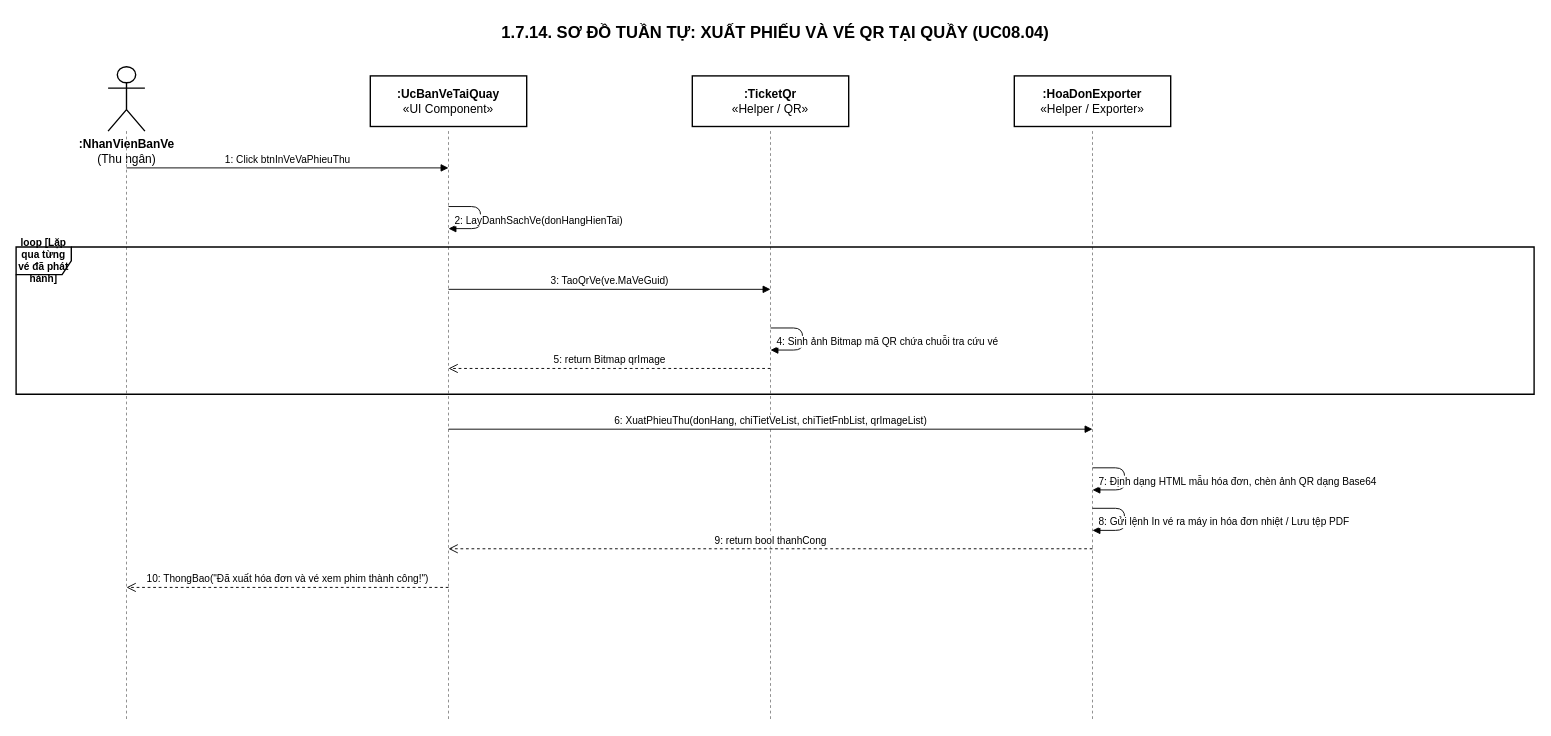
ThanhDat-png/YeuMinhEmCinema keeps this draw.io diagram as Docs/Diagrams/23-Sequence-14-XuatPhieuVaQrQuay.drawio. Above is the earlier version. Source tidied: cells renumbered, new cells numbered last; positions are measured from the earlier drawing's top-left corner, leaving out a move shared by most shapes. Both pictures are drawn from the tidied source at 92%, with x=0, y=0 at pixel (16, 16).
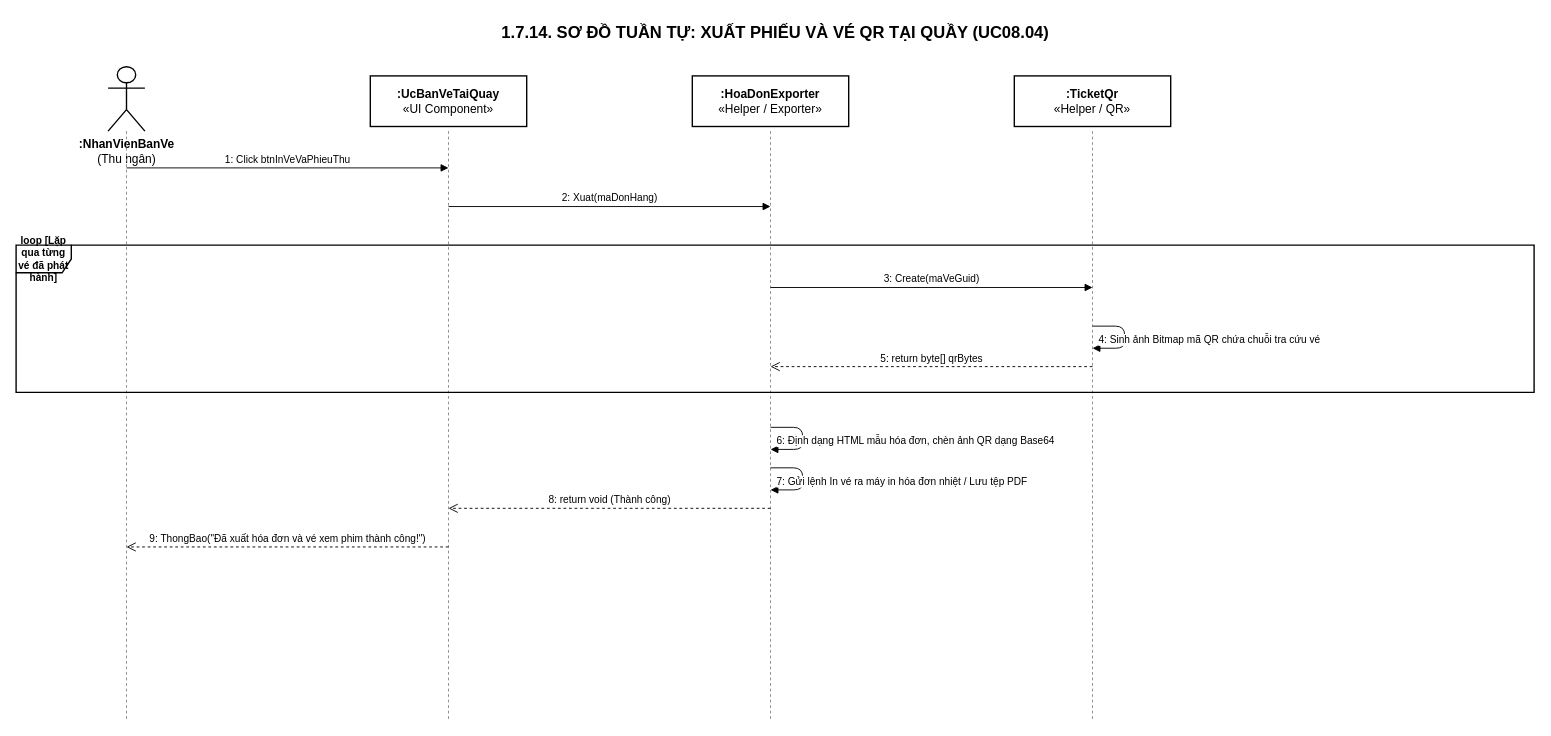
After the change.

Diff of the diagram source:
```diff
@@
-    <mxCell id="7" value="&lt;b&gt;:TicketQr&lt;/b&gt;&lt;br&gt;«Helper / QR»" style="rounded=0;whiteSpace=wrap;html=1;fontFamily=Arial;fontSize=13;fillColor=#ffffff;strokeColor=#000000;strokeWidth=1.5;fontColor=#000000;" parent="1" vertex="1">
+    <mxCell id="7" value="&lt;b&gt;:HoaDonExporter&lt;/b&gt;&lt;br&gt;«Helper / Exporter»" style="rounded=0;whiteSpace=wrap;html=1;fontFamily=Arial;fontSize=13;fillColor=#ffffff;strokeColor=#000000;strokeWidth=1.5;fontColor=#000000;" parent="1" vertex="1">
       <mxGeometry x="735" y="65" width="170" height="55" as="geometry" />
     </mxCell>
@@
-    <mxCell id="9" value="&lt;b&gt;:HoaDonExporter&lt;/b&gt;&lt;br&gt;«Helper / Exporter»" style="rounded=0;whiteSpace=wrap;html=1;fontFamily=Arial;fontSize=13;fillColor=#ffffff;strokeColor=#000000;strokeWidth=1.5;fontColor=#000000;" parent="1" vertex="1">
+    <mxCell id="9" value="&lt;b&gt;:TicketQr&lt;/b&gt;&lt;br&gt;«Helper / QR»" style="rounded=0;whiteSpace=wrap;html=1;fontFamily=Arial;fontSize=13;fillColor=#ffffff;strokeColor=#000000;strokeWidth=1.5;fontColor=#000000;" parent="1" vertex="1">
       <mxGeometry x="1085" y="65" width="170" height="55" as="geometry" />
     </mxCell>
@@
-    <mxCell id="12" value="2: LayDanhSachVe(donHangHienTai)" style="edgeStyle=orthogonalEdgeStyle;html=1;align=left;spacingLeft=5;verticalAlign=bottom;endArrow=block;strokeColor=#000000;fontFamily=Arial;fontSize=11;fontColor=#000000;" parent="1" edge="1">
-      <mxGeometry x="1" relative="1" as="geometry">
+    <mxCell id="12" value="2: Xuat(maDonHang)" style="html=1;verticalAlign=bottom;endArrow=block;strokeColor=#000000;fontFamily=Arial;fontSize=11;fontColor=#000000;" parent="1" edge="1">
+      <mxGeometry relative="1" as="geometry">
         <mxPoint x="470" y="207" as="sourcePoint" />
-        <mxPoint x="470" y="231" as="targetPoint" />
-        <Array as="points">
-          <mxPoint x="505" y="207" />
-          <mxPoint x="505" y="231" />
-        </Array>
+        <mxPoint x="820" y="207" as="targetPoint" />
       </mxGeometry>
     </mxCell>
     <mxCell id="13" value="loop [Lặp qua từng vé đã phát hành]" style="shape=umlFrame;whiteSpace=wrap;html=1;fontFamily=Arial;fontSize=11;fontStyle=1;fillColor=none;strokeColor=#000000;strokeWidth=1.5;fontColor=#000000;" parent="1" vertex="1">
-      <mxGeometry y="251" width="1650" height="160" as="geometry" />
+      <mxGeometry y="249" width="1650" height="160" as="geometry" />
     </mxCell>
-    <mxCell id="14" value="3: TaoQrVe(ve.MaVeGuid)" style="html=1;verticalAlign=bottom;endArrow=block;strokeColor=#000000;fontFamily=Arial;fontSize=11;fontColor=#000000;" parent="1" edge="1">
+    <mxCell id="14" value="3: Create(maVeGuid)" style="html=1;verticalAlign=bottom;endArrow=block;strokeColor=#000000;fontFamily=Arial;fontSize=11;fontColor=#000000;" parent="1" edge="1">
       <mxGeometry relative="1" as="geometry">
-        <mxPoint x="470" y="297" as="sourcePoint" />
-        <mxPoint x="820" y="297" as="targetPoint" />
+        <mxPoint x="820" y="295" as="sourcePoint" />
+        <mxPoint x="1170" y="295" as="targetPoint" />
       </mxGeometry>
     </mxCell>
     <mxCell id="15" value="4: Sinh ảnh Bitmap mã QR chứa chuỗi tra cứu vé" style="edgeStyle=orthogonalEdgeStyle;html=1;align=left;spacingLeft=5;verticalAlign=bottom;endArrow=block;strokeColor=#000000;fontFamily=Arial;fontSize=11;fontColor=#000000;" parent="1" edge="1">
       <mxGeometry x="1" relative="1" as="geometry">
-        <mxPoint x="820" y="339" as="sourcePoint" />
-        <mxPoint x="820" y="363" as="targetPoint" />
+        <mxPoint x="1170" y="337" as="sourcePoint" />
+        <mxPoint x="1170" y="361" as="targetPoint" />
         <Array as="points">
-          <mxPoint x="855" y="339" />
-          <mxPoint x="855" y="363" />
+          <mxPoint x="1205" y="337" />
+          <mxPoint x="1205" y="361" />
         </Array>
       </mxGeometry>
     </mxCell>
-    <mxCell id="16" value="5: return Bitmap qrImage" style="html=1;verticalAlign=bottom;endArrow=open;dashed=1;endSize=8;strokeColor=#000000;fontFamily=Arial;fontSize=11;fontColor=#000000;" parent="1" edge="1">
+    <mxCell id="16" value="5: return byte[] qrBytes" style="html=1;verticalAlign=bottom;endArrow=open;dashed=1;endSize=8;strokeColor=#000000;fontFamily=Arial;fontSize=11;fontColor=#000000;" parent="1" edge="1">
       <mxGeometry relative="1" as="geometry">
-        <mxPoint x="820" y="383" as="sourcePoint" />
-        <mxPoint x="470" y="383" as="targetPoint" />
+        <mxPoint x="1170" y="381" as="sourcePoint" />
+        <mxPoint x="820" y="381" as="targetPoint" />
       </mxGeometry>
     </mxCell>
-    <mxCell id="17" value="6: XuatPhieuThu(donHang, chiTietVeList, chiTietFnbList, qrImageList)" style="html=1;verticalAlign=bottom;endArrow=block;strokeColor=#000000;fontFamily=Arial;fontSize=11;fontColor=#000000;" parent="1" edge="1">
-      <mxGeometry relative="1" as="geometry">
-        <mxPoint x="470" y="449" as="sourcePoint" />
-        <mxPoint x="1170" y="449" as="targetPoint" />
+    <mxCell id="17" value="6: Định dạng HTML mẫu hóa đơn, chèn ảnh QR dạng Base64" style="edgeStyle=orthogonalEdgeStyle;html=1;align=left;spacingLeft=5;verticalAlign=bottom;endArrow=block;strokeColor=#000000;fontFamily=Arial;fontSize=11;fontColor=#000000;" parent="1" edge="1">
+      <mxGeometry x="1" relative="1" as="geometry">
+        <mxPoint x="820" y="447" as="sourcePoint" />
+        <mxPoint x="820" y="471" as="targetPoint" />
+        <Array as="points">
+          <mxPoint x="855" y="447" />
+          <mxPoint x="855" y="471" />
+        </Array>
       </mxGeometry>
     </mxCell>
-    <mxCell id="18" value="7: Định dạng HTML mẫu hóa đơn, chèn ảnh QR dạng Base64" style="edgeStyle=orthogonalEdgeStyle;html=1;align=left;spacingLeft=5;verticalAlign=bottom;endArrow=block;strokeColor=#000000;fontFamily=Arial;fontSize=11;fontColor=#000000;" parent="1" edge="1">
+    <mxCell id="18" value="7: Gửi lệnh In vé ra máy in hóa đơn nhiệt / Lưu tệp PDF" style="edgeStyle=orthogonalEdgeStyle;html=1;align=left;spacingLeft=5;verticalAlign=bottom;endArrow=block;strokeColor=#000000;fontFamily=Arial;fontSize=11;fontColor=#000000;" parent="1" edge="1">
       <mxGeometry x="1" relative="1" as="geometry">
-        <mxPoint x="1170" y="491" as="sourcePoint" />
-        <mxPoint x="1170" y="515" as="targetPoint" />
+        <mxPoint x="820" y="491" as="sourcePoint" />
+        <mxPoint x="820" y="515" as="targetPoint" />
         <Array as="points">
-          <mxPoint x="1205" y="491" />
-          <mxPoint x="1205" y="515" />
+          <mxPoint x="855" y="491" />
+          <mxPoint x="855" y="515" />
         </Array>
       </mxGeometry>
     </mxCell>
-    <mxCell id="19" value="8: Gửi lệnh In vé ra máy in hóa đơn nhiệt / Lưu tệp PDF" style="edgeStyle=orthogonalEdgeStyle;html=1;align=left;spacingLeft=5;verticalAlign=bottom;endArrow=block;strokeColor=#000000;fontFamily=Arial;fontSize=11;fontColor=#000000;" parent="1" edge="1">
-      <mxGeometry x="1" relative="1" as="geometry">
-        <mxPoint x="1170" y="535" as="sourcePoint" />
-        <mxPoint x="1170" y="559" as="targetPoint" />
-        <Array as="points">
-          <mxPoint x="1205" y="535" />
-          <mxPoint x="1205" y="559" />
-        </Array>
+    <mxCell id="19" value="8: return void (Thành công)" style="html=1;verticalAlign=bottom;endArrow=open;dashed=1;endSize=8;strokeColor=#000000;fontFamily=Arial;fontSize=11;fontColor=#000000;" parent="1" edge="1">
+      <mxGeometry relative="1" as="geometry">
+        <mxPoint x="820" y="535" as="sourcePoint" />
+        <mxPoint x="470" y="535" as="targetPoint" />
       </mxGeometry>
     </mxCell>
-    <mxCell id="20" value="9: return bool thanhCong" style="html=1;verticalAlign=bottom;endArrow=open;dashed=1;endSize=8;strokeColor=#000000;fontFamily=Arial;fontSize=11;fontColor=#000000;" parent="1" edge="1">
+    <mxCell id="20" value="9: ThongBao(&quot;Đã xuất hóa đơn và vé xem phim thành công!&quot;)" style="html=1;verticalAlign=bottom;endArrow=open;dashed=1;endSize=8;strokeColor=#000000;fontFamily=Arial;fontSize=11;fontColor=#000000;" parent="1" edge="1">
       <mxGeometry relative="1" as="geometry">
-        <mxPoint x="1170" y="579" as="sourcePoint" />
-        <mxPoint x="470" y="579" as="targetPoint" />
+        <mxPoint x="470" y="577" as="sourcePoint" />
+        <mxPoint x="120" y="577" as="targetPoint" />
       </mxGeometry>
     </mxCell>
-    <mxCell id="21" value="10: ThongBao(&quot;Đã xuất hóa đơn và vé xem phim thành công!&quot;)" style="html=1;verticalAlign=bottom;endArrow=open;dashed=1;endSize=8;strokeColor=#000000;fontFamily=Arial;fontSize=11;fontColor=#000000;" parent="1" edge="1">
-      <mxGeometry relative="1" as="geometry">
-        <mxPoint x="470" y="621" as="sourcePoint" />
-        <mxPoint x="120" y="621" as="targetPoint" />
-      </mxGeometry>
-    </mxCell>
```
